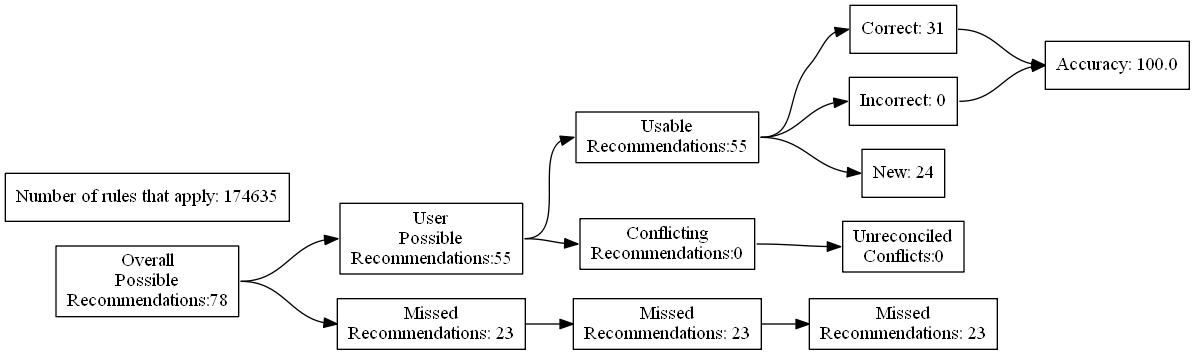
Before: test_renders/81.gv.png, a diagram exported from Graphviz (ZaxR/ibd_diet_analysis). Its source is kept beside it as test_renders/81.gv.
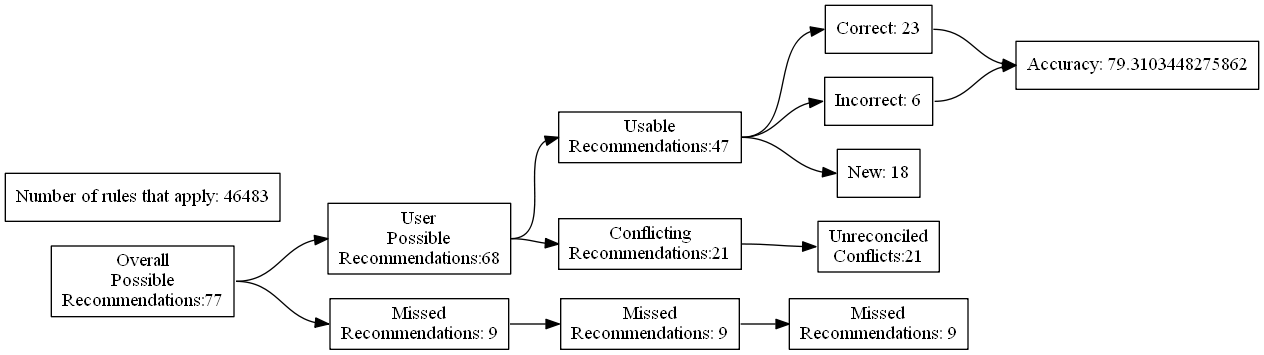
After the change.

The edit, as a diff of the source:
```diff
@@ -4,27 +4,27 @@
 	edge [headport=w tailport=e]
 		A [label="Overall
 Possible
-Recommendations:78"]
+Recommendations:77"]
 		B [label="User
 Possible
-Recommendations:55"]
+Recommendations:68"]
 		C [label="Missed
-Recommendations: 23"]
+Recommendations: 9"]
 		D [label="Usable
-Recommendations:55"]
+Recommendations:47"]
 		E [label="Conflicting
-Recommendations:0"]
+Recommendations:21"]
 		J [label="Missed
-Recommendations: 23"]
+Recommendations: 9"]
 		M [label="Unreconciled
-Conflicts:0"]
-		F [label="Correct: 31"]
-		G [label="Incorrect: 0"]
-		H [label="New: 24"]
+Conflicts:21"]
+		F [label="Correct: 23"]
+		G [label="Incorrect: 6"]
+		H [label="New: 18"]
 		K [label="Missed
-Recommendations: 23"]
-		I [label="Accuracy: 100.0"]
-		l [label="Number of rules that apply: 174635"]
+Recommendations: 9"]
+		I [label="Accuracy: 79.3103448275862"]
+		l [label="Number of rules that apply: 46483"]
 			A -> B
 			A -> C
 			B -> D
```
